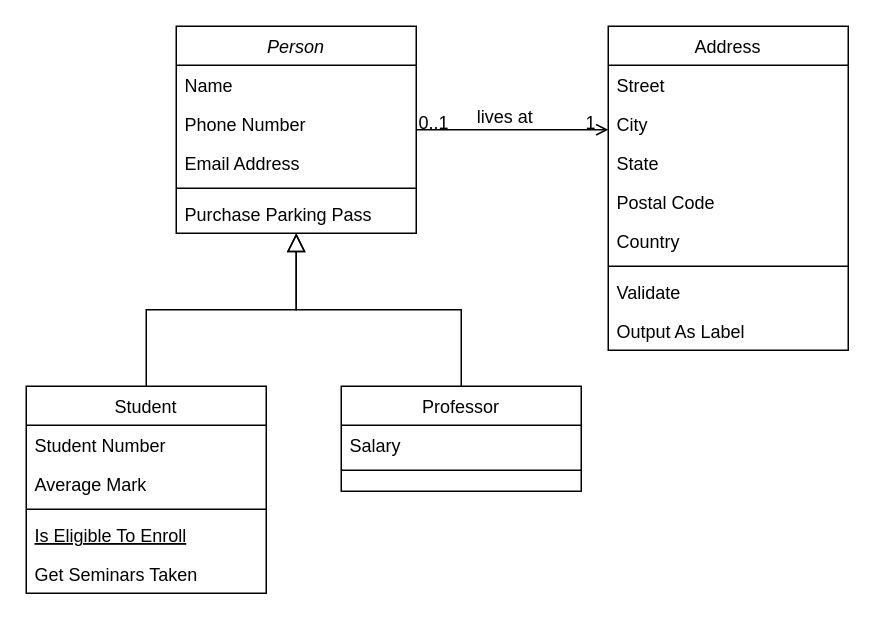
pytonuserouner/UML_study keeps this draw.io diagram as Тестовое задание ER диаграмма.drawio. Above is the earlier version. Source tidied: cells renumbered, new cells numbered last; positions are measured from the earlier drawing's top-left corner, leaving out a move shared by most shapes. Both pictures are drawn from the tidied source at 150%, with x=0, y=0 at pixel (26, 26).
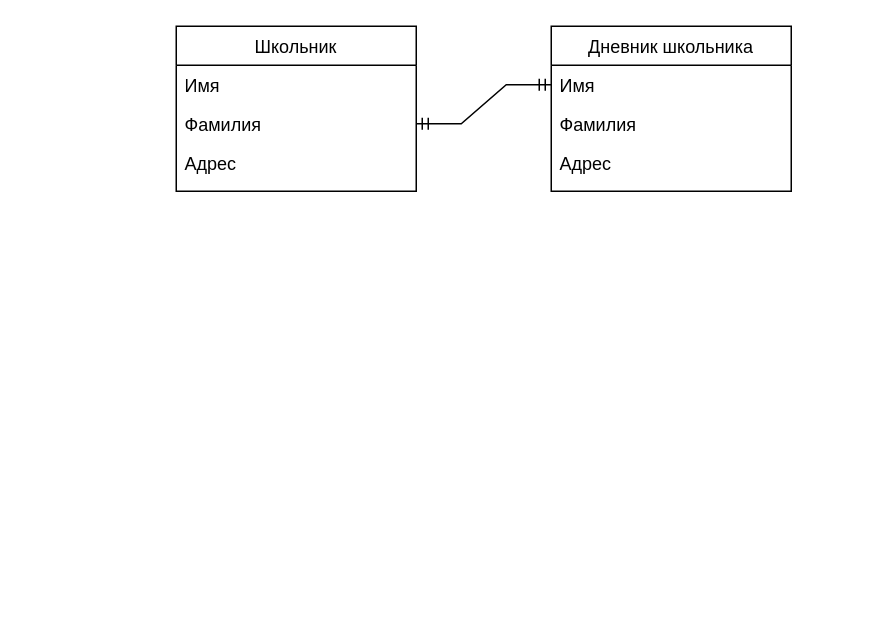
Above is the later version.

The edit, as a diff of the source:
```diff
@@
-    <mxCell id="2" value="Person" style="swimlane;fontStyle=2;align=center;verticalAlign=top;horizontal=1;startSize=26;rounded=0;shadow=0;strokeWidth=1;" parent="1" vertex="1">
-      <mxGeometry x="100" width="160" height="138" as="geometry" />
+    <mxCell id="2" value="Школьник" style="swimlane;fontStyle=0;align=center;verticalAlign=top;horizontal=1;startSize=26;rounded=0;shadow=0;strokeWidth=1;" parent="1" vertex="1">
+      <mxGeometry x="100" width="160" height="110" as="geometry" />
     </mxCell>
-    <mxCell id="3" value="Name" style="text;align=left;verticalAlign=top;spacingLeft=4;spacingRight=4;overflow=hidden;" parent="2" vertex="1">
+    <mxCell id="3" value="Имя" style="text;align=left;verticalAlign=top;spacingLeft=4;spacingRight=4;overflow=hidden;" parent="2" vertex="1">
       <mxGeometry y="26" width="160" height="26" as="geometry" />
     </mxCell>
-    <mxCell id="4" value="Phone Number" style="text;align=left;verticalAlign=top;spacingLeft=4;spacingRight=4;overflow=hidden;points=[[0,0.5],[1,0.5]];portConstraint=eastwest;rounded=0;shadow=0;html=0;" parent="2" vertex="1">
+    <mxCell id="4" value="Фамилия" style="text;align=left;verticalAlign=top;spacingLeft=4;spacingRight=4;overflow=hidden;points=[[0,0.5],[1,0.5]];portConstraint=eastwest;rounded=0;shadow=0;html=0;" parent="2" vertex="1">
       <mxGeometry y="52" width="160" height="26" as="geometry" />
     </mxCell>
-    <mxCell id="5" value="Email Address" style="text;align=left;verticalAlign=top;spacingLeft=4;spacingRight=4;overflow=hidden;rounded=0;shadow=0;html=0;" parent="2" vertex="1">
+    <mxCell id="5" value="Адрес" style="text;align=left;verticalAlign=top;spacingLeft=4;spacingRight=4;overflow=hidden;rounded=0;shadow=0;html=0;" parent="2" vertex="1">
       <mxGeometry y="78" width="160" height="26" as="geometry" />
     </mxCell>
-    <mxCell id="6" style="line;html=1;strokeWidth=1;align=left;verticalAlign=middle;spacingTop=-1;spacingLeft=3;spacingRight=3;labelPosition=right;" parent="2" vertex="1">
-      <mxGeometry y="104" width="160" height="8" as="geometry" />
-    </mxCell>
-    <mxCell id="7" value="Purchase Parking Pass" style="text;align=left;verticalAlign=top;spacingLeft=4;spacingRight=4;overflow=hidden;" parent="2" vertex="1">
-      <mxGeometry y="112" width="160" height="26" as="geometry" />
-    </mxCell>
-    <mxCell id="8" value="Student" style="swimlane;fontStyle=0;align=center;verticalAlign=top;horizontal=1;startSize=26;rounded=0;shadow=0;strokeWidth=1;" parent="1" vertex="1">
-      <mxGeometry y="240" width="160" height="138" as="geometry" />
-    </mxCell>
-    <mxCell id="9" value="Student Number" style="text;align=left;verticalAlign=top;spacingLeft=4;spacingRight=4;overflow=hidden;" parent="8" vertex="1">
-      <mxGeometry y="26" width="160" height="26" as="geometry" />
-    </mxCell>
-    <mxCell id="10" value="Average Mark" style="text;align=left;verticalAlign=top;spacingLeft=4;spacingRight=4;overflow=hidden;rounded=0;shadow=0;html=0;" parent="8" vertex="1">
-      <mxGeometry y="52" width="160" height="26" as="geometry" />
-    </mxCell>
-    <mxCell id="11" style="line;html=1;strokeWidth=1;align=left;verticalAlign=middle;spacingTop=-1;spacingLeft=3;spacingRight=3;labelPosition=right;" parent="8" vertex="1">
-      <mxGeometry y="78" width="160" height="8" as="geometry" />
-    </mxCell>
-    <mxCell id="12" value="Is Eligible To Enroll" style="text;align=left;verticalAlign=top;spacingLeft=4;spacingRight=4;overflow=hidden;fontStyle=4;" parent="8" vertex="1">
-      <mxGeometry y="86" width="160" height="26" as="geometry" />
-    </mxCell>
-    <mxCell id="13" value="Get Seminars Taken" style="text;align=left;verticalAlign=top;spacingLeft=4;spacingRight=4;overflow=hidden;" parent="8" vertex="1">
-      <mxGeometry y="112" width="160" height="26" as="geometry" />
-    </mxCell>
-    <mxCell id="14" style="endArrow=block;endSize=10;endFill=0;shadow=0;strokeWidth=1;rounded=0;curved=0;edgeStyle=elbowEdgeStyle;elbow=vertical;" parent="1" edge="1" source="8" target="2">
-      <mxGeometry relative="1" as="geometry" />
-    </mxCell>
-    <mxCell id="15" value="Professor" style="swimlane;fontStyle=0;align=center;verticalAlign=top;horizontal=1;startSize=26;rounded=0;shadow=0;strokeWidth=1;" parent="1" vertex="1">
-      <mxGeometry x="210" y="240" width="160" height="70" as="geometry" />
+    <mxCell id="15" value="Дневник школьника" style="swimlane;fontStyle=0;align=center;verticalAlign=top;horizontal=1;startSize=26;rounded=0;shadow=0;strokeWidth=1;" parent="1" vertex="1">
+      <mxGeometry x="350" width="160" height="110" as="geometry" />
     </mxCell>
-    <mxCell id="16" value="Salary" style="text;align=left;verticalAlign=top;spacingLeft=4;spacingRight=4;overflow=hidden;points=[[0,0.5],[1,0.5]];portConstraint=eastwest;" parent="15" vertex="1">
+    <mxCell id="16" value="Имя" style="text;align=left;verticalAlign=top;spacingLeft=4;spacingRight=4;overflow=hidden;points=[[0,0.5],[1,0.5]];portConstraint=eastwest;" parent="15" vertex="1">
       <mxGeometry y="26" width="160" height="26" as="geometry" />
     </mxCell>
-    <mxCell id="17" style="line;html=1;strokeWidth=1;align=left;verticalAlign=middle;spacingTop=-1;spacingLeft=3;spacingRight=3;labelPosition=right;" parent="15" vertex="1">
-      <mxGeometry y="52" width="160" height="8" as="geometry" />
-    </mxCell>
-    <mxCell id="18" style="endArrow=block;endSize=10;endFill=0;shadow=0;strokeWidth=1;rounded=0;curved=0;edgeStyle=elbowEdgeStyle;elbow=vertical;" parent="1" edge="1" source="15" target="2">
-      <mxGeometry relative="1" as="geometry" />
-    </mxCell>
-    <mxCell id="19" value="Address" style="swimlane;fontStyle=0;align=center;verticalAlign=top;horizontal=1;startSize=26;rounded=0;shadow=0;strokeWidth=1;" parent="1" vertex="1">
-      <mxGeometry x="388" width="160" height="216" as="geometry" />
-    </mxCell>
-    <mxCell id="20" value="Street" style="text;align=left;verticalAlign=top;spacingLeft=4;spacingRight=4;overflow=hidden;" parent="19" vertex="1">
-      <mxGeometry y="26" width="160" height="26" as="geometry" />
-    </mxCell>
-    <mxCell id="21" value="City" style="text;align=left;verticalAlign=top;spacingLeft=4;spacingRight=4;overflow=hidden;rounded=0;shadow=0;html=0;" parent="19" vertex="1">
-      <mxGeometry y="52" width="160" height="26" as="geometry" />
-    </mxCell>
-    <mxCell id="22" value="State" style="text;align=left;verticalAlign=top;spacingLeft=4;spacingRight=4;overflow=hidden;rounded=0;shadow=0;html=0;" parent="19" vertex="1">
-      <mxGeometry y="78" width="160" height="26" as="geometry" />
-    </mxCell>
-    <mxCell id="23" value="Postal Code" style="text;align=left;verticalAlign=top;spacingLeft=4;spacingRight=4;overflow=hidden;rounded=0;shadow=0;html=0;" parent="19" vertex="1">
-      <mxGeometry y="104" width="160" height="26" as="geometry" />
-    </mxCell>
-    <mxCell id="24" value="Country" style="text;align=left;verticalAlign=top;spacingLeft=4;spacingRight=4;overflow=hidden;rounded=0;shadow=0;html=0;" parent="19" vertex="1">
-      <mxGeometry y="130" width="160" height="26" as="geometry" />
-    </mxCell>
-    <mxCell id="25" style="line;html=1;strokeWidth=1;align=left;verticalAlign=middle;spacingTop=-1;spacingLeft=3;spacingRight=3;labelPosition=right;" parent="19" vertex="1">
-      <mxGeometry y="156" width="160" height="8" as="geometry" />
-    </mxCell>
-    <mxCell id="26" value="Validate" style="text;align=left;verticalAlign=top;spacingLeft=4;spacingRight=4;overflow=hidden;" parent="19" vertex="1">
-      <mxGeometry y="164" width="160" height="26" as="geometry" />
-    </mxCell>
-    <mxCell id="27" value="Output As Label" style="text;align=left;verticalAlign=top;spacingLeft=4;spacingRight=4;overflow=hidden;" parent="19" vertex="1">
-      <mxGeometry y="190" width="160" height="26" as="geometry" />
-    </mxCell>
-    <mxCell id="28" style="endArrow=open;shadow=0;strokeWidth=1;rounded=0;curved=0;endFill=1;edgeStyle=elbowEdgeStyle;elbow=vertical;" parent="1" edge="1" source="2" target="19">
-      <mxGeometry x="0.5" y="41" relative="1" as="geometry">
-        <mxPoint x="-40" y="32" as="offset" />
-      </mxGeometry>
-    </mxCell>
-    <mxCell id="29" value="0..1" style="align=left;verticalAlign=bottom;labelBackgroundColor=none;fontSize=12;" parent="28" vertex="1">
-      <mxGeometry x="-1" relative="1" as="geometry">
-        <mxPoint y="4" as="offset" />
-      </mxGeometry>
-    </mxCell>
-    <mxCell id="30" value="1" style="align=right;verticalAlign=bottom;labelBackgroundColor=none;fontSize=12;" parent="28" vertex="1">
-      <mxGeometry x="1" relative="1" as="geometry">
-        <mxPoint x="-7" y="4" as="offset" />
-      </mxGeometry>
-    </mxCell>
-    <mxCell id="31" value="lives at" style="text;html=1;align=center;verticalAlign=middle;labelBackgroundColor=none;rounded=0;shadow=0;strokeWidth=1;fontSize=12;" parent="28" vertex="1">
-      <mxGeometry x="0.5" y="49" relative="1" as="geometry">
-        <mxPoint x="-38" y="40" as="offset" />
-      </mxGeometry>
-    </mxCell>
+    <mxCell id="32" value="Фамилия" style="text;align=left;verticalAlign=top;spacingLeft=4;spacingRight=4;overflow=hidden;" parent="15" vertex="1">
+      <mxGeometry y="52" width="160" height="26" as="geometry" />
+    </mxCell>
+    <mxCell id="33" value="Адрес" style="text;align=left;verticalAlign=top;spacingLeft=4;spacingRight=4;overflow=hidden;" parent="15" vertex="1">
+      <mxGeometry y="78" width="160" height="26" as="geometry" />
+    </mxCell>
+    <mxCell id="34" style="edgeStyle=entityRelationEdgeStyle;fontSize=12;html=1;endArrow=ERmandOne;startArrow=ERmandOne;rounded=0;exitX=1;exitY=0.5;exitDx=0;exitDy=0;entryX=0;entryY=0.5;entryDx=0;entryDy=0;" parent="1" edge="1" source="4" target="16">
+      <mxGeometry relative="1" as="geometry" />
+    </mxCell>
```
